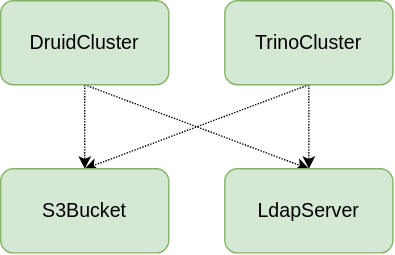
stackabletech/documentation keeps this draw.io diagram as modules/concepts/images/common_objects.drawio.svg. Above is the earlier version. Source tidied: cells renumbered, new cells last; positions are measured from the earlier drawing's top-left corner, leaving out a move shared by most shapes. Source of this version:
```xml
<mxGraphModel>
  <root>
    <mxCell id="0" />
    <mxCell id="1" parent="0" />
    <mxCell id="2" style="edgeStyle=orthogonalEdgeStyle;rounded=0;jettySize=auto;html=1;fontSize=14;dashed=1;dashPattern=1 1;" parent="1" edge="1" source="4" target="8">
      <mxGeometry relative="1" as="geometry" />
    </mxCell>
    <mxCell id="3" style="rounded=0;jettySize=auto;html=1;fontSize=14;exitX=0.5;exitY=1;exitDx=0;exitDy=0;dashed=1;dashPattern=1 1;entryX=0.5;entryY=0;entryDx=0;entryDy=0;" parent="1" edge="1" source="4" target="10">
      <mxGeometry relative="1" as="geometry" />
    </mxCell>
    <mxCell id="4" value="DruidCluster" style="rounded=1;whiteSpace=wrap;html=1;fillColor=#d5e8d4;strokeColor=#82b366;fontSize=14;" parent="1" vertex="1">
      <mxGeometry width="120" height="60" as="geometry" />
    </mxCell>
    <mxCell id="5" style="edgeStyle=none;rounded=0;jettySize=auto;html=1;entryX=0.5;entryY=0;entryDx=0;entryDy=0;dashed=1;dashPattern=1 1;fontSize=14;exitX=0.5;exitY=1;exitDx=0;exitDy=0;" parent="1" edge="1" source="7" target="8">
      <mxGeometry relative="1" as="geometry" />
    </mxCell>
    <mxCell id="6" style="edgeStyle=none;rounded=0;jettySize=auto;html=1;exitX=0.5;exitY=1;exitDx=0;exitDy=0;entryX=0.5;entryY=0;entryDx=0;entryDy=0;dashed=1;dashPattern=1 1;fontSize=14;" parent="1" edge="1" source="7" target="10">
      <mxGeometry relative="1" as="geometry" />
    </mxCell>
    <mxCell id="7" value="TrinoCluster" style="rounded=1;whiteSpace=wrap;html=1;fillColor=#d5e8d4;strokeColor=#82b366;fontSize=14;" parent="1" vertex="1">
      <mxGeometry x="160" width="120" height="60" as="geometry" />
    </mxCell>
    <mxCell id="8" value="S3Bucket" style="rounded=1;whiteSpace=wrap;html=1;fillColor=#d5e8d4;strokeColor=#82b366;fontSize=14;" parent="1" vertex="1">
      <mxGeometry y="120" width="120" height="60" as="geometry" />
    </mxCell>
    <mxCell id="9" style="edgeStyle=orthogonalEdgeStyle;rounded=0;orthogonalLoop=1;jettySize=auto;html=1;exitX=0.5;exitY=1;exitDx=0;exitDy=0;fontSize=14;" parent="1" edge="1" source="7" target="7">
      <mxGeometry relative="1" as="geometry" />
    </mxCell>
    <mxCell id="10" value="LdapServer" style="rounded=1;whiteSpace=wrap;html=1;fillColor=#d5e8d4;strokeColor=#82b366;fontSize=14;" parent="1" vertex="1">
      <mxGeometry x="160" y="120" width="120" height="60" as="geometry" />
    </mxCell>
  </root>
</mxGraphModel>
```
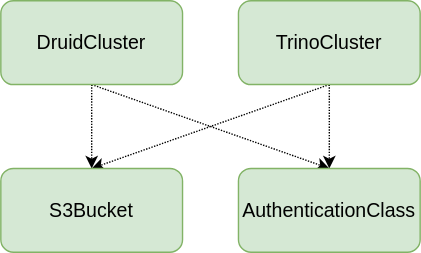
After the commit.

The edit, as a diff of the source:
```diff
@@ -9,7 +9,7 @@
       <mxGeometry relative="1" as="geometry" />
     </mxCell>
     <mxCell id="4" value="DruidCluster" style="rounded=1;whiteSpace=wrap;html=1;fillColor=#d5e8d4;strokeColor=#82b366;fontSize=14;" parent="1" vertex="1">
-      <mxGeometry width="120" height="60" as="geometry" />
+      <mxGeometry x="-10" width="130" height="60" as="geometry" />
     </mxCell>
     <mxCell id="5" style="edgeStyle=none;rounded=0;jettySize=auto;html=1;entryX=0.5;entryY=0;entryDx=0;entryDy=0;dashed=1;dashPattern=1 1;fontSize=14;exitX=0.5;exitY=1;exitDx=0;exitDy=0;" parent="1" edge="1" source="7" target="8">
       <mxGeometry relative="1" as="geometry" />
@@ -18,16 +18,16 @@
       <mxGeometry relative="1" as="geometry" />
     </mxCell>
     <mxCell id="7" value="TrinoCluster" style="rounded=1;whiteSpace=wrap;html=1;fillColor=#d5e8d4;strokeColor=#82b366;fontSize=14;" parent="1" vertex="1">
-      <mxGeometry x="160" width="120" height="60" as="geometry" />
+      <mxGeometry x="160" width="130" height="60" as="geometry" />
     </mxCell>
     <mxCell id="8" value="S3Bucket" style="rounded=1;whiteSpace=wrap;html=1;fillColor=#d5e8d4;strokeColor=#82b366;fontSize=14;" parent="1" vertex="1">
-      <mxGeometry y="120" width="120" height="60" as="geometry" />
+      <mxGeometry x="-10" y="120" width="130" height="60" as="geometry" />
     </mxCell>
     <mxCell id="9" style="edgeStyle=orthogonalEdgeStyle;rounded=0;orthogonalLoop=1;jettySize=auto;html=1;exitX=0.5;exitY=1;exitDx=0;exitDy=0;fontSize=14;" parent="1" edge="1" source="7" target="7">
       <mxGeometry relative="1" as="geometry" />
     </mxCell>
-    <mxCell id="10" value="LdapServer" style="rounded=1;whiteSpace=wrap;html=1;fillColor=#d5e8d4;strokeColor=#82b366;fontSize=14;" parent="1" vertex="1">
-      <mxGeometry x="160" y="120" width="120" height="60" as="geometry" />
+    <mxCell id="10" value="AuthenticationClass" style="rounded=1;whiteSpace=wrap;html=1;fillColor=#d5e8d4;strokeColor=#82b366;fontSize=14;" parent="1" vertex="1">
+      <mxGeometry x="160" y="120" width="130" height="60" as="geometry" />
     </mxCell>
   </root>
 </mxGraphModel>
```
